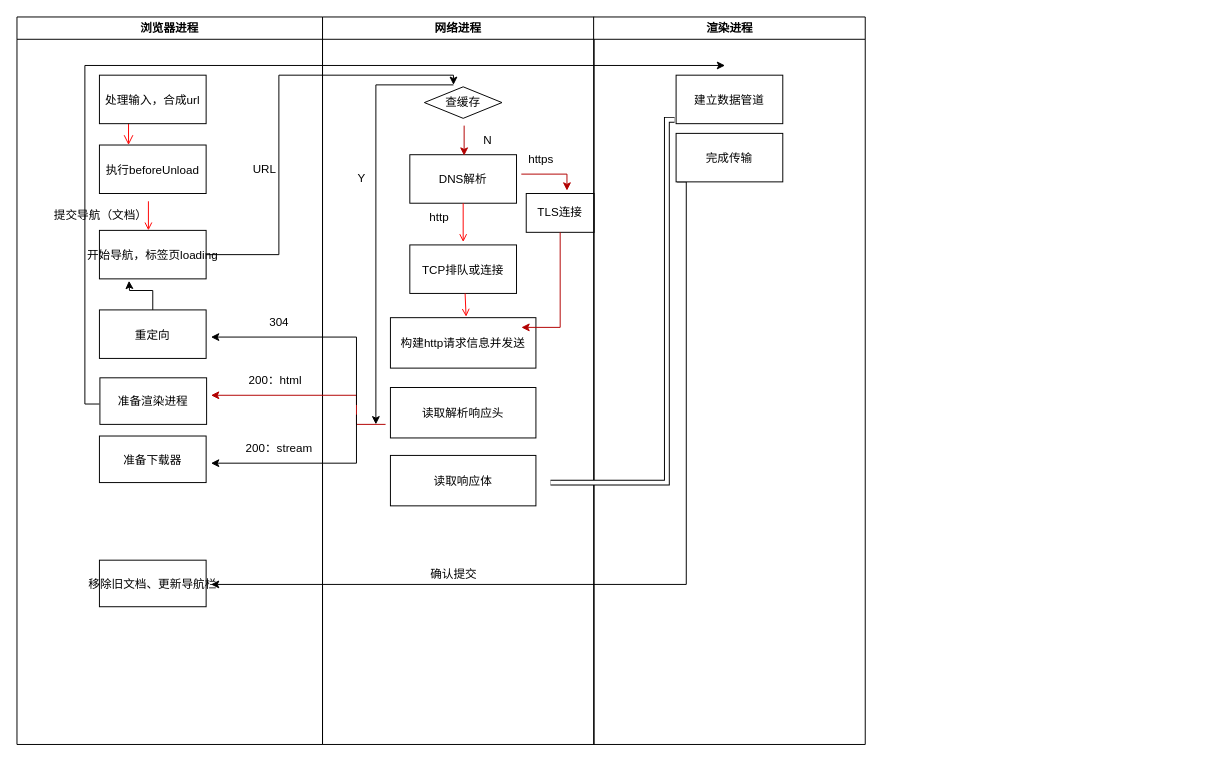
shashawang/cnode-practice keeps this draw.io diagram as 未命名绘图.drawio. Above is the earlier version. Source tidied: cells renumbered, new cells numbered last; positions are measured from the earlier drawing's top-left corner, leaving out a move shared by most shapes. Both pictures are drawn from the tidied source at 97%, with x=0, y=0 at pixel (16, 16).
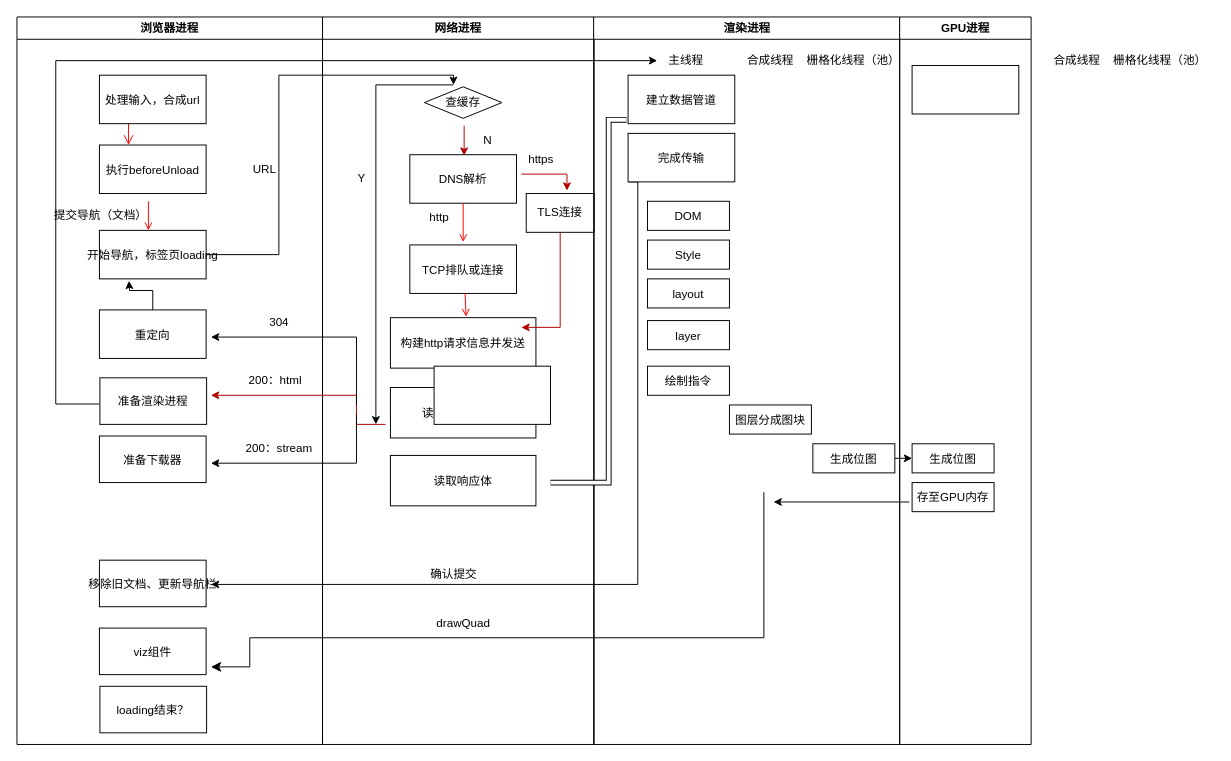
The same diagram, later.

Commit message:
导航渲染流程.drawio

The change refers to these unchanged cells:
```xml
<mxCell id="2" value="网络进程" style="swimlane;whiteSpace=wrap;" parent="1" vertex="1">
  <mxGeometry x="315" width="280" height="750" as="geometry" />
</mxCell>
<mxCell id="18" value="浏览器进程" style="swimlane;whiteSpace=wrap;" parent="2" vertex="1">
  <mxGeometry x="-315" width="315" height="750" as="geometry" />
</mxCell>
<mxCell id="27" value="准备渲染进程" parent="18" vertex="1">
  <mxGeometry x="85.5" y="372" width="110" height="48" as="geometry" />
</mxCell>
```

Change to the diagram source:
```diff
@@
+    <mxCell id="47" value="viz组件" parent="18" vertex="1">
+      <mxGeometry x="85" y="630" width="110" height="48" as="geometry" />
+    </mxCell>
+    <mxCell id="48" value="loading结束？" parent="18" vertex="1">
+      <mxGeometry x="85.5" y="690" width="110" height="48" as="geometry" />
+    </mxCell>
     <mxCell id="34" style="edgeStyle=elbowEdgeStyle;elbow=horizontal;endArrow=classic;html=1;rounded=0;strokeWidth=1;jumpSize=2;startArrow=none;exitX=0.009;exitY=1;exitDx=0;exitDy=0;exitPerimeter=0;" parent="2" edge="1" source="38">
       <mxGeometry relative="1" as="geometry">
         <mxPoint x="-115" y="585" as="targetPoint" />
         <Array as="points">
-          <mxPoint x="375" y="410" />
+          <mxPoint x="325" y="360" />
           <mxPoint x="365.5" y="445" />
         </Array>
       </mxGeometry>
     </mxCell>
@@
+    <mxCell id="49" value="drawQuad" style="text;html=1;align=center;verticalAlign=middle;fillColor=none;strokeColor=none;rounded=0;flipV=0;" parent="2" vertex="1">
+      <mxGeometry x="105" y="610" width="80" height="30" as="geometry" />
+    </mxCell>
     <mxCell id="36" value="渲染进程" style="swimlane;whiteSpace=wrap;" parent="1" vertex="1">
-      <mxGeometry x="594.5" width="280" height="750" as="geometry" />
+      <mxGeometry x="594.5" width="315.5" height="750" as="geometry" />
     </mxCell>
     <mxCell id="37" value="建立数据管道" parent="36" vertex="1">
-      <mxGeometry x="85" y="60" width="110" height="50" as="geometry" />
+      <mxGeometry x="35.5" y="60" width="110" height="50" as="geometry" />
     </mxCell>
     <mxCell id="38" value="完成传输" parent="36" vertex="1">
-      <mxGeometry x="85" y="120" width="110" height="50" as="geometry" />
+      <mxGeometry x="35.5" y="120" width="110" height="50" as="geometry" />
     </mxCell>
+    <mxCell id="50" value="合成线程" style="text;strokeColor=none;align=center;fillColor=none;html=1;verticalAlign=middle;whiteSpace=wrap;rounded=0;" parent="36" vertex="1">
+      <mxGeometry x="152.8" y="30" width="60" height="30" as="geometry" />
+    </mxCell>
+    <mxCell id="51" value="栅格化线程（池）" style="text;strokeColor=none;align=center;fillColor=none;html=1;verticalAlign=middle;whiteSpace=wrap;rounded=0;" parent="36" vertex="1">
+      <mxGeometry x="212.8" y="30" width="111" height="30" as="geometry" />
+    </mxCell>
+    <mxCell id="52" value="DOM" parent="36" vertex="1">
+      <mxGeometry x="55.5" y="190" width="84.5" height="30" as="geometry" />
+    </mxCell>
+    <mxCell id="53" value="Style" parent="36" vertex="1">
+      <mxGeometry x="55.5" y="230" width="84.5" height="30" as="geometry" />
+    </mxCell>
+    <mxCell id="54" value="layout" parent="36" vertex="1">
+      <mxGeometry x="55.5" y="270" width="84.5" height="30" as="geometry" />
+    </mxCell>
+    <mxCell id="55" value="layer" parent="36" vertex="1">
+      <mxGeometry x="55.5" y="313" width="84.5" height="30" as="geometry" />
+    </mxCell>
+    <mxCell id="56" value="绘制指令" parent="36" vertex="1">
+      <mxGeometry x="55.5" y="360" width="84.5" height="30" as="geometry" />
+    </mxCell>
+    <mxCell id="57" value="图层分成图块" parent="36" vertex="1">
+      <mxGeometry x="140" y="400" width="84.5" height="30" as="geometry" />
+    </mxCell>
+    <mxCell id="58" value="生成位图" parent="36" vertex="1">
+      <mxGeometry x="226" y="440" width="84.5" height="30" as="geometry" />
+    </mxCell>
@@
-    <mxCell id="41" style="edgeStyle=elbowEdgeStyle;elbow=horizontal;endArrow=classic;html=1;rounded=0;exitX=-0.005;exitY=0.563;exitDx=0;exitDy=0;exitPerimeter=0;" parent="1" edge="1" source="27">
-      <mxGeometry relative="1" as="geometry">
-        <mxPoint x="730" y="50" as="targetPoint" />
-        <Array as="points">
-          <mxPoint x="70" y="220" />
-          <mxPoint x="70" y="160" />
-          <mxPoint x="70" y="160" />
-          <mxPoint x="60" y="370" />
-          <mxPoint x="60" y="370" />
-        </Array>
-      </mxGeometry>
-    </mxCell>
     <mxCell id="42" style="shape=filledEdge;rounded=0;fixDash=1;endArrow=none;strokeWidth=6;fillColor=#ffffff;edgeStyle=orthogonalEdgeStyle;jumpSize=2;entryX=-0.014;entryY=0.92;entryDx=0;entryDy=0;entryPerimeter=0;" parent="1" edge="1" target="37">
       <mxGeometry relative="1" as="geometry">
         <mxPoint x="550" y="480" as="sourcePoint" />
         <Array as="points">
-          <mxPoint x="670" y="480" />
-          <mxPoint x="670" y="106" />
+          <mxPoint x="610" y="480" />
+          <mxPoint x="610" y="106" />
         </Array>
       </mxGeometry>
     </mxCell>
@@
+    <mxCell id="59" style="edgeStyle=elbowEdgeStyle;elbow=horizontal;endArrow=classic;html=1;rounded=0;exitX=-0.005;exitY=0.563;exitDx=0;exitDy=0;exitPerimeter=0;" parent="1" edge="1" source="27" target="60">
+      <mxGeometry relative="1" as="geometry">
+        <Array as="points">
+          <mxPoint x="40" y="220" />
+          <mxPoint x="610" y="20" />
+          <mxPoint x="70" y="220" />
+        </Array>
+      </mxGeometry>
+    </mxCell>
+    <mxCell id="60" value="主线程" style="text;strokeColor=none;align=center;fillColor=none;html=1;verticalAlign=middle;whiteSpace=wrap;rounded=0;" parent="1" vertex="1">
+      <mxGeometry x="660" y="30" width="60" height="30" as="geometry" />
+    </mxCell>
+    <mxCell id="61" value="GPU进程" style="swimlane;whiteSpace=wrap;" parent="1" vertex="1">
+      <mxGeometry x="910" width="135.5" height="750" as="geometry" />
+    </mxCell>
+    <mxCell id="62" parent="61" vertex="1">
+      <mxGeometry x="12.8" y="50" width="110" height="50" as="geometry" />
+    </mxCell>
+    <mxCell id="63" value="合成线程" style="text;strokeColor=none;align=center;fillColor=none;html=1;verticalAlign=middle;whiteSpace=wrap;rounded=0;" parent="61" vertex="1">
+      <mxGeometry x="152.8" y="30" width="60" height="30" as="geometry" />
+    </mxCell>
+    <mxCell id="64" value="栅格化线程（池）" style="text;strokeColor=none;align=center;fillColor=none;html=1;verticalAlign=middle;whiteSpace=wrap;rounded=0;" parent="61" vertex="1">
+      <mxGeometry x="212.8" y="30" width="111" height="30" as="geometry" />
+    </mxCell>
+    <mxCell id="65" value="生成位图" parent="61" vertex="1">
+      <mxGeometry x="12.8" y="440" width="84.5" height="30" as="geometry" />
+    </mxCell>
+    <mxCell id="66" value="存至GPU内存" parent="61" vertex="1">
+      <mxGeometry x="12.8" y="480" width="84.5" height="30" as="geometry" />
+    </mxCell>
+    <mxCell id="67" style="endArrow=classic;html=1;rounded=0;exitX=1;exitY=0.5;exitDx=0;exitDy=0;entryX=0;entryY=0.5;entryDx=0;entryDy=0;" parent="1" edge="1" source="58" target="65">
+      <mxGeometry relative="1" as="geometry" />
+    </mxCell>
+    <mxCell id="68" style="rounded=0;whiteSpace=wrap;html=1;" parent="1" vertex="1">
+      <mxGeometry x="430" y="360" width="120" height="60" as="geometry" />
+    </mxCell>
+    <mxCell id="69" style="edgeStyle=segmentEdgeStyle;endArrow=classic;html=1;curved=0;rounded=0;endSize=8;startSize=8;" parent="1" edge="1">
+      <mxGeometry relative="1" as="geometry">
+        <mxPoint x="770" y="490" as="sourcePoint" />
+        <mxPoint x="200" y="670" as="targetPoint" />
+        <Array as="points">
+          <mxPoint x="770" y="640" />
+          <mxPoint x="240" y="640" />
+          <mxPoint x="240" y="670" />
+        </Array>
+      </mxGeometry>
+    </mxCell>
+    <mxCell id="70" style="endArrow=classic;html=1;rounded=0;" parent="1" edge="1">
+      <mxGeometry relative="1" as="geometry">
+        <mxPoint x="920" y="500" as="sourcePoint" />
+        <mxPoint x="780" y="500" as="targetPoint" />
+      </mxGeometry>
+    </mxCell>
```
